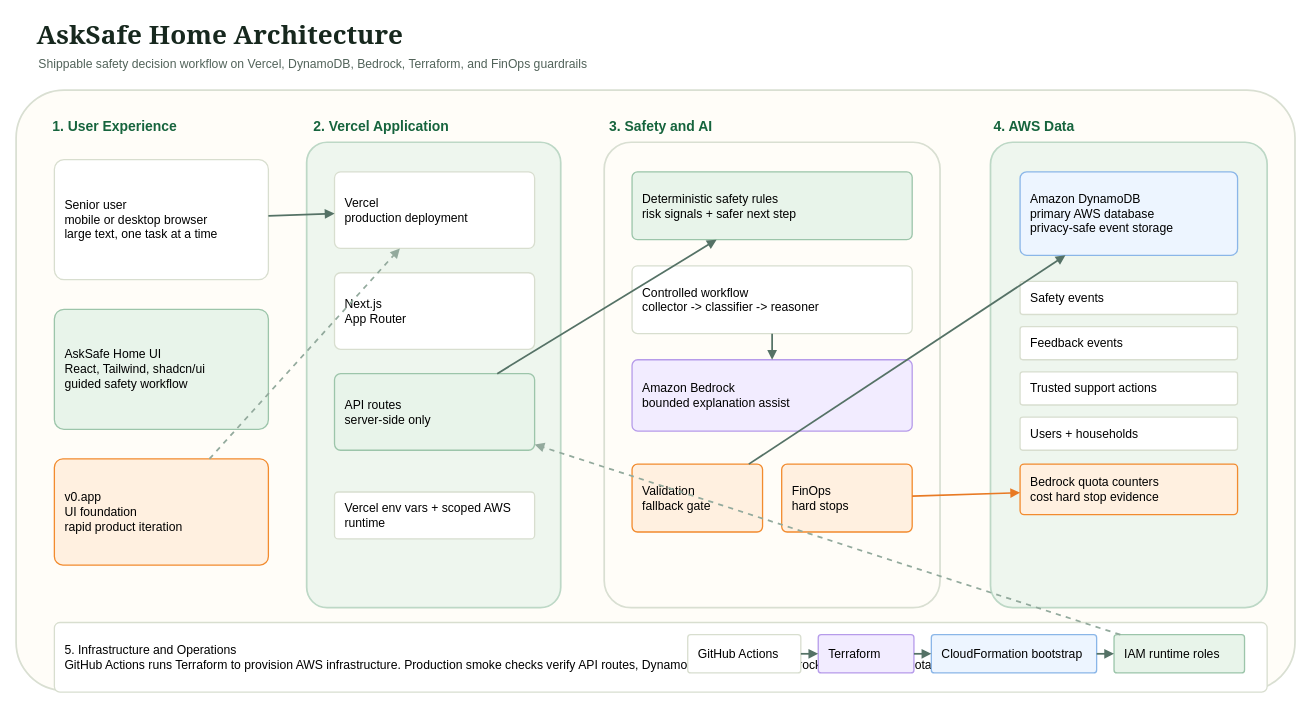
Earlier version of the draw.io diagram docs/assets/architecture/asksafe-home-architecture.drawio (sailing-together/asksafe-home). Source tidied: cells renumbered, new cells numbered last; positions are measured from the earlier drawing's top-left corner, leaving out a move shared by most shapes. Both pictures are drawn from the tidied source at 87%, with x=0, y=0 at pixel (16, 15).
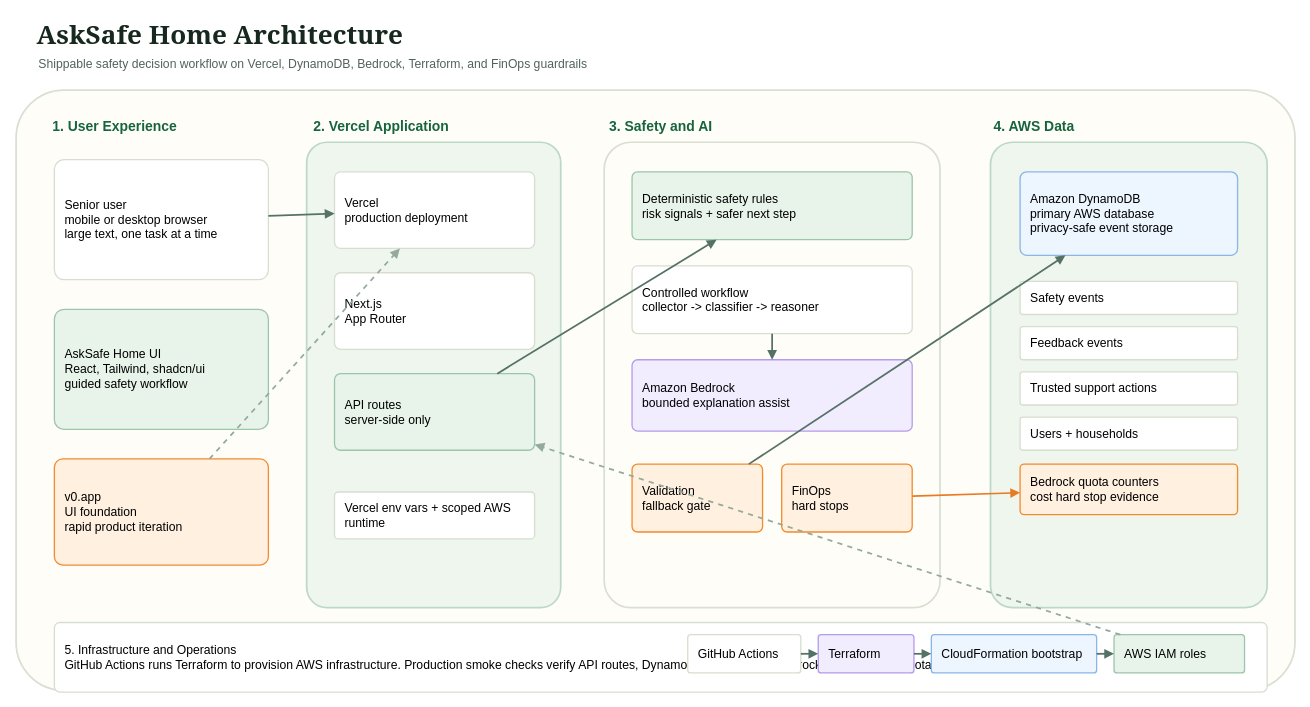
Above is the later version.

Commit message (it also covers changes not shown here):
P7.52 Use official AWS icons in architecture ops band

Diff of the diagram source:
```diff
@@
-    <mxCell id="34" value="IAM runtime roles" style="rounded=1;whiteSpace=wrap;html=1;fillColor=#e8f4ea;strokeColor=#9cc5aa;strokeWidth=1.5;arcSize=8;fontFamily=Arial;fontSize=14;align=left;verticalAlign=middle;spacing=12;" parent="1" vertex="1">
+    <mxCell id="34" value="AWS IAM roles" style="rounded=1;whiteSpace=wrap;html=1;fillColor=#e8f4ea;strokeColor=#9cc5aa;strokeWidth=1.5;arcSize=8;fontFamily=Arial;fontSize=14;align=left;verticalAlign=middle;spacing=12;" parent="1" vertex="1">
       <mxGeometry x="1262" y="712" width="150" height="44" as="geometry" />
     </mxCell>
```
